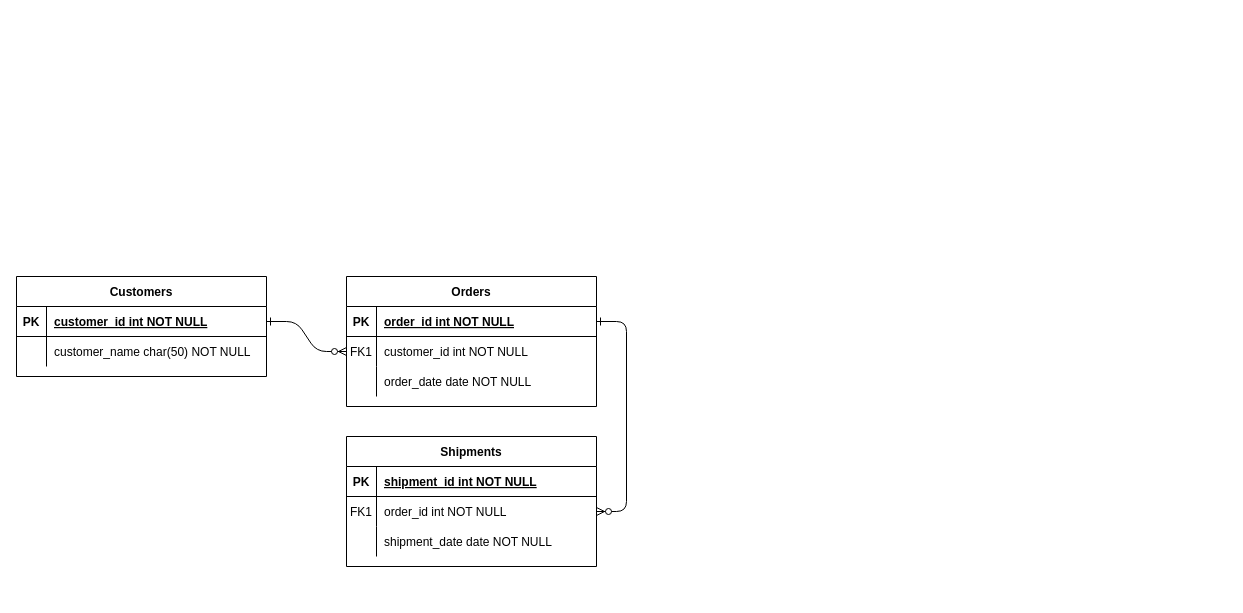
idtnqls/test1 keeps this draw.io diagram as 제목 없는 다이어그램.drawio. Above is the earlier version. Source tidied: cells renumbered, new cells numbered last; positions are measured from the earlier drawing's top-left corner, leaving out a move shared by most shapes. Both pictures are drawn from the tidied source at 100%, with x=0, y=0 at pixel (16, 276).
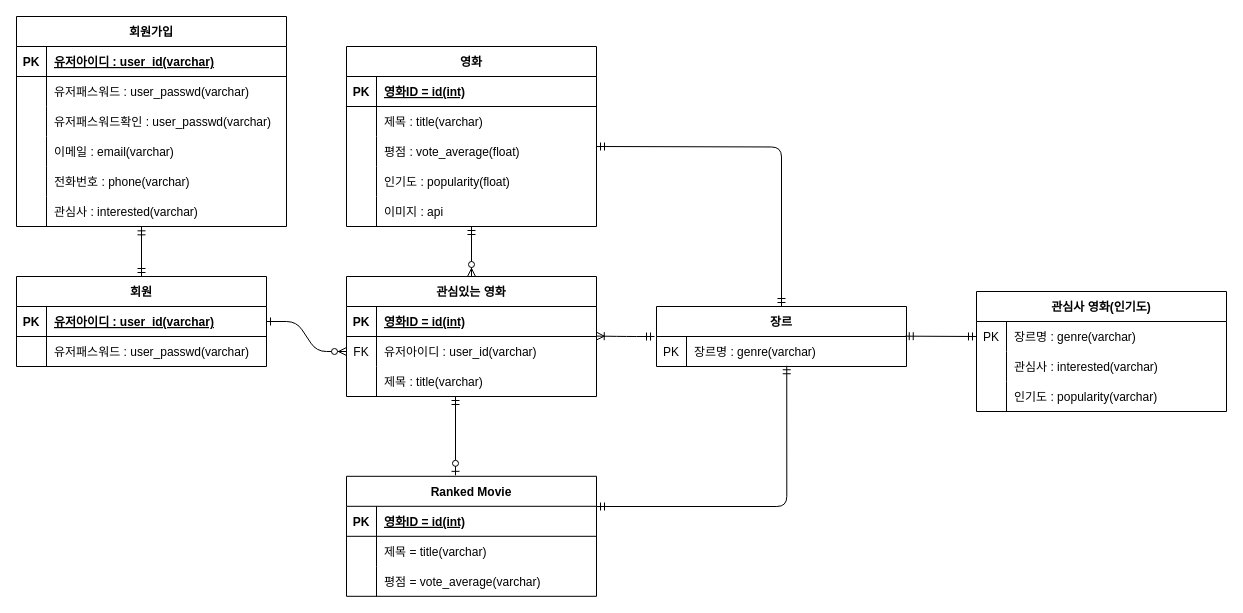
After the change.

Commit message:
제목 없는 다이어그램.drawio 업데이트

The change refers to these unchanged cells:
```xml
<mxCell id="5" style="shape=partialRectangle;fillColor=none;points=[[0,0.5],[1,0.5]];portConstraint=eastwest;top=0;left=0;right=0;bottom=1;" parent="4" vertex="1">
  <mxGeometry y="30" width="250" height="30" as="geometry" />
</mxCell>
<mxCell id="8" style="shape=partialRectangle;fillColor=none;points=[[0,0.5],[1,0.5]];portConstraint=eastwest;top=0;left=0;right=0;bottom=0;" parent="4" vertex="1">
  <mxGeometry y="60" width="250" height="30" as="geometry" />
</mxCell>
<mxCell id="11" style="shape=partialRectangle;fillColor=none;top=0;left=0;right=0;bottom=0;" parent="4" vertex="1">
  <mxGeometry y="90" width="250" height="30" as="geometry" />
</mxCell>
<mxCell id="25" style="shape=partialRectangle;fillColor=none;points=[[0,0.5],[1,0.5]];portConstraint=eastwest;top=0;left=0;right=0;bottom=1;" parent="24" vertex="1">
  <mxGeometry y="30" width="250" height="30" as="geometry" />
</mxCell>
<mxCell id="28" style="shape=partialRectangle;fillColor=none;top=0;left=0;right=0;bottom=0;" parent="24" vertex="1">
  <mxGeometry y="60" width="250" height="30" as="geometry" />
</mxCell>
```

Diff of the diagram source:
```diff
@@
-    <mxCell id="3" style="edgeStyle=entityRelationEdgeStyle;endArrow=ERzeroToMany;startArrow=ERone;endFill=1;startFill=0;" parent="1" edge="1" source="5" target="18">
-      <mxGeometry relative="1" as="geometry" />
-    </mxCell>
-    <mxCell id="4" value="Orders" style="shape=table;startSize=30;childLayout=tableLayout;rowLines=0;fontStyle=1;align=center;" parent="1" vertex="1">
-      <mxGeometry x="330" width="250" height="130" as="geometry" />
+    <mxCell id="4" value="관심있는 영화" style="shape=table;startSize=30;childLayout=tableLayout;rowLines=0;fontStyle=1;align=center;" parent="1" vertex="1">
+      <mxGeometry x="330" width="250" height="120" as="geometry" />
     </mxCell>
@@
-    <mxCell id="7" value="order_id int NOT NULL " style="shape=partialRectangle;overflow=hidden;fillColor=none;top=0;left=0;bottom=0;right=0;align=left;spacingLeft=6;fontStyle=5;" parent="5" vertex="1">
+    <mxCell id="7" value="영화ID = id(int)" style="shape=partialRectangle;overflow=hidden;fillColor=none;top=0;left=0;bottom=0;right=0;align=left;spacingLeft=6;fontStyle=5;" parent="5" vertex="1">
       <mxGeometry x="30" width="220" height="30" as="geometry" />
     </mxCell>
@@
-    <mxCell id="9" value="FK1" style="shape=partialRectangle;overflow=hidden;fillColor=none;top=0;left=0;bottom=0;right=0;" parent="8" vertex="1">
+    <mxCell id="9" value="FK" style="shape=partialRectangle;overflow=hidden;fillColor=none;top=0;left=0;bottom=0;right=0;" parent="8" vertex="1">
       <mxGeometry width="30" height="30" as="geometry" />
     </mxCell>
-    <mxCell id="10" value="customer_id int NOT NULL" style="shape=partialRectangle;overflow=hidden;fillColor=none;top=0;left=0;bottom=0;right=0;align=left;spacingLeft=6;" parent="8" vertex="1">
+    <mxCell id="10" value="유저아이디 : user_id(varchar)" style="shape=partialRectangle;overflow=hidden;fillColor=none;top=0;left=0;bottom=0;right=0;align=left;spacingLeft=6;" parent="8" vertex="1">
       <mxGeometry x="30" width="220" height="30" as="geometry" />
     </mxCell>
@@
-    <mxCell id="13" value="order_date date NOT NULL" style="shape=partialRectangle;overflow=hidden;fillColor=none;top=0;left=0;bottom=0;right=0;align=left;spacingLeft=6;" parent="11" vertex="1">
+    <mxCell id="13" style="shape=partialRectangle;overflow=hidden;fillColor=none;top=0;left=0;bottom=0;right=0;align=left;spacingLeft=6;" parent="11" vertex="1">
       <mxGeometry x="30" width="220" height="30" as="geometry" />
     </mxCell>
-    <mxCell id="14" value="Shipments" style="shape=table;startSize=30;childLayout=tableLayout;rowLines=0;fontStyle=1;align=center;" parent="1" vertex="1">
-      <mxGeometry x="330" y="160" width="250" height="130" as="geometry" />
+    <mxCell id="14" value="장르" style="shape=table;startSize=30;childLayout=tableLayout;rowLines=0;fontStyle=1;align=center;" parent="1" vertex="1">
+      <mxGeometry x="640" y="30" width="250" height="60" as="geometry" />
     </mxCell>
-    <mxCell id="15" style="shape=partialRectangle;fillColor=none;top=0;left=0;right=0;bottom=1;" parent="14" vertex="1">
-      <mxGeometry y="30" width="250" height="30" as="geometry" />
-    </mxCell>
-    <mxCell id="16" value="PK" style="shape=partialRectangle;overflow=hidden;fillColor=none;top=0;left=0;bottom=0;right=0;fontStyle=1;" parent="15" vertex="1">
-      <mxGeometry width="30" height="30" as="geometry" />
-    </mxCell>
-    <mxCell id="17" value="shipment_id int NOT NULL " style="shape=partialRectangle;overflow=hidden;fillColor=none;top=0;left=0;bottom=0;right=0;align=left;spacingLeft=6;fontStyle=5;" parent="15" vertex="1">
-      <mxGeometry x="30" width="220" height="30" as="geometry" />
-    </mxCell>
     <mxCell id="18" style="shape=partialRectangle;fillColor=none;points=[[0,0.5],[1,0.5]];portConstraint=eastwest;top=0;left=0;right=0;bottom=0;" parent="14" vertex="1">
-      <mxGeometry y="60" width="250" height="30" as="geometry" />
+      <mxGeometry y="30" width="250" height="30" as="geometry" />
     </mxCell>
-    <mxCell id="19" value="FK1" style="shape=partialRectangle;overflow=hidden;fillColor=none;top=0;left=0;bottom=0;right=0;" parent="18" vertex="1">
+    <mxCell id="19" value="PK" style="shape=partialRectangle;overflow=hidden;fillColor=none;top=0;left=0;bottom=0;right=0;" parent="18" vertex="1">
       <mxGeometry width="30" height="30" as="geometry" />
     </mxCell>
-    <mxCell id="20" value="order_id int NOT NULL" style="shape=partialRectangle;overflow=hidden;fillColor=none;top=0;left=0;bottom=0;right=0;align=left;spacingLeft=6;" parent="18" vertex="1">
+    <mxCell id="20" value="장르명 : genre(varchar)" style="shape=partialRectangle;overflow=hidden;fillColor=none;top=0;left=0;bottom=0;right=0;align=left;spacingLeft=6;" parent="18" vertex="1">
       <mxGeometry x="30" width="220" height="30" as="geometry" />
     </mxCell>
-    <mxCell id="21" style="shape=partialRectangle;fillColor=none;top=0;left=0;right=0;bottom=0;" parent="14" vertex="1">
-      <mxGeometry y="90" width="250" height="30" as="geometry" />
-    </mxCell>
-    <mxCell id="22" style="shape=partialRectangle;overflow=hidden;fillColor=none;top=0;left=0;bottom=0;right=0;" parent="21" vertex="1">
-      <mxGeometry width="30" height="30" as="geometry" />
-    </mxCell>
-    <mxCell id="23" value="shipment_date date NOT NULL" style="shape=partialRectangle;overflow=hidden;fillColor=none;top=0;left=0;bottom=0;right=0;align=left;spacingLeft=6;" parent="21" vertex="1">
-      <mxGeometry x="30" width="220" height="30" as="geometry" />
-    </mxCell>
-    <mxCell id="24" value="Customers" style="shape=table;startSize=30;childLayout=tableLayout;rowLines=0;fontStyle=1;align=center;" parent="1" vertex="1">
-      <mxGeometry width="250" height="100" as="geometry" />
+    <mxCell id="24" value="회원" style="shape=table;startSize=30;childLayout=tableLayout;rowLines=0;fontStyle=1;align=center;" parent="1" vertex="1">
+      <mxGeometry width="250" height="90" as="geometry" />
     </mxCell>
@@
-    <mxCell id="27" value="customer_id int NOT NULL " style="shape=partialRectangle;overflow=hidden;fillColor=none;top=0;left=0;bottom=0;right=0;align=left;spacingLeft=6;fontStyle=5;" parent="25" vertex="1">
+    <mxCell id="27" value="유저아이디 : user_id(varchar)" style="shape=partialRectangle;overflow=hidden;fillColor=none;top=0;left=0;bottom=0;right=0;align=left;spacingLeft=6;fontStyle=5;" parent="25" vertex="1">
       <mxGeometry x="30" width="220" height="30" as="geometry" />
     </mxCell>
@@
-    <mxCell id="30" value="customer_name char(50) NOT NULL" style="shape=partialRectangle;overflow=hidden;fillColor=none;top=0;left=0;bottom=0;right=0;align=left;spacingLeft=6;" parent="28" vertex="1">
+    <mxCell id="30" value="유저패스워드 : user_passwd(varchar)" style="shape=partialRectangle;overflow=hidden;fillColor=none;top=0;left=0;bottom=0;right=0;align=left;spacingLeft=6;" parent="28" vertex="1">
       <mxGeometry x="30" width="220" height="30" as="geometry" />
     </mxCell>
+    <mxCell id="31" style="edgeStyle=elbowEdgeStyle;fontSize=12;html=1;endArrow=ERoneToMany;startArrow=ERmandOne;rounded=1;entryX=0.999;entryY=-0.014;entryDx=0;entryDy=0;entryPerimeter=0;exitX=-0.008;exitY=0;exitDx=0;exitDy=0;exitPerimeter=0;" parent="1" edge="1" source="18" target="8">
+      <mxGeometry relative="1" as="geometry">
+        <Array as="points">
+          <mxPoint x="610" y="60" />
+          <mxPoint x="610" y="160" />
+        </Array>
+      </mxGeometry>
+    </mxCell>
+    <mxCell id="32" value="영화" style="shape=table;startSize=30;childLayout=tableLayout;rowLines=0;fontStyle=1;align=center;" parent="1" vertex="1">
+      <mxGeometry x="330" y="-230" width="250" height="180" as="geometry" />
+    </mxCell>
+    <mxCell id="33" style="shape=partialRectangle;fillColor=none;top=0;left=0;right=0;bottom=1;" parent="32" vertex="1">
+      <mxGeometry y="30" width="250" height="30" as="geometry" />
+    </mxCell>
+    <mxCell id="34" value="PK" style="shape=partialRectangle;overflow=hidden;fillColor=none;top=0;left=0;bottom=0;right=0;fontStyle=1;" parent="33" vertex="1">
+      <mxGeometry width="30" height="30" as="geometry" />
+    </mxCell>
+    <mxCell id="35" value="영화ID = id(int)" style="shape=partialRectangle;overflow=hidden;fillColor=none;top=0;left=0;bottom=0;right=0;align=left;spacingLeft=6;fontStyle=5;" parent="33" vertex="1">
+      <mxGeometry x="30" width="220" height="30" as="geometry" />
+    </mxCell>
+    <mxCell id="36" style="shape=partialRectangle;fillColor=none;top=0;left=0;right=0;bottom=0;" parent="32" vertex="1">
+      <mxGeometry y="60" width="250" height="30" as="geometry" />
+    </mxCell>
+    <mxCell id="37" style="shape=partialRectangle;overflow=hidden;fillColor=none;top=0;left=0;bottom=0;right=0;" parent="36" vertex="1">
+      <mxGeometry width="30" height="30" as="geometry" />
+    </mxCell>
+    <mxCell id="38" value="제목 : title(varchar)" style="shape=partialRectangle;overflow=hidden;fillColor=none;top=0;left=0;bottom=0;right=0;align=left;spacingLeft=6;" parent="36" vertex="1">
+      <mxGeometry x="30" width="220" height="30" as="geometry" />
+    </mxCell>
+    <mxCell id="39" style="shape=partialRectangle;fillColor=none;top=0;left=0;right=0;bottom=0;" parent="32" vertex="1">
+      <mxGeometry y="90" width="250" height="30" as="geometry" />
+    </mxCell>
+    <mxCell id="40" style="shape=partialRectangle;overflow=hidden;fillColor=none;top=0;left=0;bottom=0;right=0;" parent="39" vertex="1">
+      <mxGeometry width="30" height="30" as="geometry" />
+    </mxCell>
+    <mxCell id="41" value="평점 : vote_average(float)" style="shape=partialRectangle;overflow=hidden;fillColor=none;top=0;left=0;bottom=0;right=0;align=left;spacingLeft=6;" parent="39" vertex="1">
+      <mxGeometry x="30" width="220" height="30" as="geometry" />
+    </mxCell>
+    <mxCell id="42" style="shape=partialRectangle;fillColor=none;top=0;left=0;right=0;bottom=0;" parent="32" vertex="1">
+      <mxGeometry y="120" width="250" height="30" as="geometry" />
+    </mxCell>
+    <mxCell id="43" style="shape=partialRectangle;overflow=hidden;fillColor=none;top=0;left=0;bottom=0;right=0;" parent="42" vertex="1">
+      <mxGeometry width="30" height="30" as="geometry" />
+    </mxCell>
+    <mxCell id="44" value="인기도 : popularity(float)" style="shape=partialRectangle;overflow=hidden;fillColor=none;top=0;left=0;bottom=0;right=0;align=left;spacingLeft=6;" parent="42" vertex="1">
+      <mxGeometry x="30" width="220" height="30" as="geometry" />
+    </mxCell>
+    <mxCell id="45" style="shape=partialRectangle;fillColor=none;points=[[0,0.5],[1,0.5]];portConstraint=eastwest;top=0;left=0;right=0;bottom=0;" parent="32" vertex="1">
+      <mxGeometry y="150" width="250" height="30" as="geometry" />
+    </mxCell>
+    <mxCell id="46" style="shape=partialRectangle;overflow=hidden;fillColor=none;top=0;left=0;bottom=0;right=0;" parent="45" vertex="1">
+      <mxGeometry width="30" height="30" as="geometry" />
+    </mxCell>
+    <mxCell id="47" value="이미지 : api" style="shape=partialRectangle;overflow=hidden;fillColor=none;top=0;left=0;bottom=0;right=0;align=left;spacingLeft=6;" parent="45" vertex="1">
+      <mxGeometry x="30" width="220" height="30" as="geometry" />
+    </mxCell>
+    <mxCell id="48" style="fontSize=12;html=1;endArrow=ERzeroToMany;startArrow=ERmandOne;rounded=1;entryX=0.5;entryY=0;entryDx=0;entryDy=0;" parent="1" edge="1" source="45" target="4">
+      <mxGeometry relative="1" as="geometry" />
+    </mxCell>
+    <mxCell id="49" style="edgeStyle=orthogonalEdgeStyle;fontSize=12;html=1;endArrow=ERmandOne;startArrow=ERmandOne;rounded=1;entryX=0.5;entryY=0;entryDx=0;entryDy=0;" parent="1" edge="1" target="14">
+      <mxGeometry relative="1" as="geometry">
+        <mxPoint x="580" y="-130" as="sourcePoint" />
+      </mxGeometry>
+    </mxCell>
+    <mxCell id="50" value="Ranked Movie" style="shape=table;startSize=30;childLayout=tableLayout;rowLines=0;fontStyle=1;align=center;" parent="1" vertex="1">
+      <mxGeometry x="330" y="199.8" width="250" height="120" as="geometry" />
+    </mxCell>
+    <mxCell id="51" style="shape=partialRectangle;fillColor=none;top=0;left=0;right=0;bottom=1;" parent="50" vertex="1">
+      <mxGeometry y="30" width="250" height="30" as="geometry" />
+    </mxCell>
+    <mxCell id="52" value="PK" style="shape=partialRectangle;overflow=hidden;fillColor=none;top=0;left=0;bottom=0;right=0;fontStyle=1;" parent="51" vertex="1">
+      <mxGeometry width="30" height="30" as="geometry" />
+    </mxCell>
+    <mxCell id="53" value="영화ID = id(int)" style="shape=partialRectangle;overflow=hidden;fillColor=none;top=0;left=0;bottom=0;right=0;align=left;spacingLeft=6;fontStyle=5;" parent="51" vertex="1">
+      <mxGeometry x="30" width="220" height="30" as="geometry" />
+    </mxCell>
+    <mxCell id="54" style="shape=partialRectangle;fillColor=none;top=0;left=0;right=0;bottom=0;" parent="50" vertex="1">
+      <mxGeometry y="60" width="250" height="30" as="geometry" />
+    </mxCell>
+    <mxCell id="55" style="shape=partialRectangle;overflow=hidden;fillColor=none;top=0;left=0;bottom=0;right=0;" parent="54" vertex="1">
+      <mxGeometry width="30" height="30" as="geometry" />
+    </mxCell>
+    <mxCell id="56" value="제목 = title(varchar)" style="shape=partialRectangle;overflow=hidden;fillColor=none;top=0;left=0;bottom=0;right=0;align=left;spacingLeft=6;" parent="54" vertex="1">
+      <mxGeometry x="30" width="220" height="30" as="geometry" />
+    </mxCell>
+    <mxCell id="57" style="shape=partialRectangle;fillColor=none;top=0;left=0;right=0;bottom=0;" parent="50" vertex="1">
+      <mxGeometry y="90" width="250" height="30" as="geometry" />
+    </mxCell>
+    <mxCell id="58" style="shape=partialRectangle;overflow=hidden;fillColor=none;top=0;left=0;bottom=0;right=0;" parent="57" vertex="1">
+      <mxGeometry width="30" height="30" as="geometry" />
+    </mxCell>
+    <mxCell id="59" value="평점 = vote_average(varchar)" style="shape=partialRectangle;overflow=hidden;fillColor=none;top=0;left=0;bottom=0;right=0;align=left;spacingLeft=6;" parent="57" vertex="1">
+      <mxGeometry x="30" width="220" height="30" as="geometry" />
+    </mxCell>
+    <mxCell id="60" style="fontSize=12;html=1;endArrow=ERzeroToOne;startArrow=ERmandOne;rounded=1;entryX=0.436;entryY=-0.008;entryDx=0;entryDy=0;entryPerimeter=0;" parent="1" edge="1" target="50">
+      <mxGeometry relative="1" as="geometry">
+        <mxPoint x="439" y="120" as="sourcePoint" />
+      </mxGeometry>
+    </mxCell>
+    <mxCell id="61" style="edgeStyle=orthogonalEdgeStyle;fontSize=12;html=1;endArrow=ERmandOne;startArrow=ERmandOne;rounded=1;entryX=0.521;entryY=0.975;entryDx=0;entryDy=0;entryPerimeter=0;" parent="1" edge="1" target="18">
+      <mxGeometry relative="1" as="geometry">
+        <mxPoint x="580" y="230" as="sourcePoint" />
+        <Array as="points">
+          <mxPoint x="770" y="230" />
+        </Array>
+      </mxGeometry>
+    </mxCell>
+    <mxCell id="62" value="제목 : title(varchar)" style="shape=partialRectangle;overflow=hidden;fillColor=none;top=0;left=0;bottom=0;right=0;align=left;spacingLeft=6;" parent="1" vertex="1">
+      <mxGeometry x="360" y="90" width="220" height="30" as="geometry" />
+    </mxCell>
+    <mxCell id="63" value="관심사 영화(인기도)" style="shape=table;startSize=30;childLayout=tableLayout;rowLines=0;fontStyle=1;align=center;" parent="1" vertex="1">
+      <mxGeometry x="960" y="15" width="250" height="120" as="geometry" />
+    </mxCell>
+    <mxCell id="64" style="shape=partialRectangle;fillColor=none;points=[[0,0.5],[1,0.5]];portConstraint=eastwest;top=0;left=0;right=0;bottom=0;" parent="63" vertex="1">
+      <mxGeometry y="30" width="250" height="30" as="geometry" />
+    </mxCell>
+    <mxCell id="65" value="PK" style="shape=partialRectangle;overflow=hidden;fillColor=none;top=0;left=0;bottom=0;right=0;" parent="64" vertex="1">
+      <mxGeometry width="30" height="30" as="geometry" />
+    </mxCell>
+    <mxCell id="66" value="장르명 : genre(varchar)" style="shape=partialRectangle;overflow=hidden;fillColor=none;top=0;left=0;bottom=0;right=0;align=left;spacingLeft=6;" parent="64" vertex="1">
+      <mxGeometry x="30" width="220" height="30" as="geometry" />
+    </mxCell>
+    <mxCell id="67" style="shape=partialRectangle;fillColor=none;top=0;left=0;right=0;bottom=0;" parent="63" vertex="1">
+      <mxGeometry y="60" width="250" height="30" as="geometry" />
+    </mxCell>
+    <mxCell id="68" style="shape=partialRectangle;overflow=hidden;fillColor=none;top=0;left=0;bottom=0;right=0;" parent="67" vertex="1">
+      <mxGeometry width="30" height="30" as="geometry" />
+    </mxCell>
+    <mxCell id="69" value="관심사 : interested(varchar)" style="shape=partialRectangle;overflow=hidden;fillColor=none;top=0;left=0;bottom=0;right=0;align=left;spacingLeft=6;" parent="67" vertex="1">
+      <mxGeometry x="30" width="220" height="30" as="geometry" />
+    </mxCell>
+    <mxCell id="70" style="shape=partialRectangle;fillColor=none;top=0;left=0;right=0;bottom=0;" parent="63" vertex="1">
+      <mxGeometry y="90" width="250" height="30" as="geometry" />
+    </mxCell>
+    <mxCell id="71" style="shape=partialRectangle;overflow=hidden;fillColor=none;top=0;left=0;bottom=0;right=0;" parent="70" vertex="1">
+      <mxGeometry width="30" height="30" as="geometry" />
+    </mxCell>
+    <mxCell id="72" value="인기도 : popularity(varchar)" style="shape=partialRectangle;overflow=hidden;fillColor=none;top=0;left=0;bottom=0;right=0;align=left;spacingLeft=6;" parent="70" vertex="1">
+      <mxGeometry x="30" width="220" height="30" as="geometry" />
+    </mxCell>
+    <mxCell id="73" style="fontSize=12;html=1;endArrow=ERmandOne;startArrow=ERmandOne;rounded=1;entryX=0;entryY=0.5;entryDx=0;entryDy=0;exitX=0.995;exitY=-0.011;exitDx=0;exitDy=0;exitPerimeter=0;" parent="1" edge="1" source="18" target="64">
+      <mxGeometry relative="1" as="geometry" />
+    </mxCell>
+    <mxCell id="74" value="회원가입" style="shape=table;startSize=30;childLayout=tableLayout;rowLines=0;fontStyle=1;align=center;" parent="1" vertex="1">
+      <mxGeometry y="-260" width="270" height="210" as="geometry" />
+    </mxCell>
+    <mxCell id="75" style="shape=partialRectangle;fillColor=none;top=0;left=0;right=0;bottom=1;" parent="74" vertex="1">
+      <mxGeometry y="30" width="270" height="30" as="geometry" />
+    </mxCell>
+    <mxCell id="76" value="PK" style="shape=partialRectangle;overflow=hidden;fillColor=none;top=0;left=0;bottom=0;right=0;fontStyle=1;" parent="75" vertex="1">
+      <mxGeometry width="30" height="30" as="geometry" />
+    </mxCell>
+    <mxCell id="77" value="유저아이디 : user_id(varchar)" style="shape=partialRectangle;overflow=hidden;fillColor=none;top=0;left=0;bottom=0;right=0;align=left;spacingLeft=6;fontStyle=5;" parent="75" vertex="1">
+      <mxGeometry x="30" width="240" height="30" as="geometry" />
+    </mxCell>
+    <mxCell id="78" style="shape=partialRectangle;fillColor=none;top=0;left=0;right=0;bottom=0;" parent="74" vertex="1">
+      <mxGeometry y="60" width="270" height="30" as="geometry" />
+    </mxCell>
+    <mxCell id="79" style="shape=partialRectangle;overflow=hidden;fillColor=none;top=0;left=0;bottom=0;right=0;" parent="78" vertex="1">
+      <mxGeometry width="30" height="30" as="geometry" />
+    </mxCell>
+    <mxCell id="80" value="유저패스워드 : user_passwd(varchar)" style="shape=partialRectangle;overflow=hidden;fillColor=none;top=0;left=0;bottom=0;right=0;align=left;spacingLeft=6;" parent="78" vertex="1">
+      <mxGeometry x="30" width="240" height="30" as="geometry" />
+    </mxCell>
+    <mxCell id="81" style="shape=partialRectangle;fillColor=none;top=0;left=0;right=0;bottom=0;" parent="74" vertex="1">
+      <mxGeometry y="90" width="270" height="30" as="geometry" />
+    </mxCell>
+    <mxCell id="82" style="shape=partialRectangle;overflow=hidden;fillColor=none;top=0;left=0;bottom=0;right=0;" parent="81" vertex="1">
+      <mxGeometry width="30" height="30" as="geometry" />
+    </mxCell>
+    <mxCell id="83" value="유저패스워드확인 : user_passwd(varchar)" style="shape=partialRectangle;overflow=hidden;fillColor=none;top=0;left=0;bottom=0;right=0;align=left;spacingLeft=6;" parent="81" vertex="1">
+      <mxGeometry x="30" width="240" height="30" as="geometry" />
+    </mxCell>
+    <mxCell id="84" style="shape=partialRectangle;fillColor=none;top=0;left=0;right=0;bottom=0;" parent="74" vertex="1">
+      <mxGeometry y="120" width="270" height="30" as="geometry" />
+    </mxCell>
+    <mxCell id="85" style="shape=partialRectangle;overflow=hidden;fillColor=none;top=0;left=0;bottom=0;right=0;" parent="84" vertex="1">
+      <mxGeometry width="30" height="30" as="geometry" />
+    </mxCell>
+    <mxCell id="86" value="이메일 : email(varchar)" style="shape=partialRectangle;overflow=hidden;fillColor=none;top=0;left=0;bottom=0;right=0;align=left;spacingLeft=6;" parent="84" vertex="1">
+      <mxGeometry x="30" width="240" height="30" as="geometry" />
+    </mxCell>
+    <mxCell id="87" style="shape=partialRectangle;fillColor=none;top=0;left=0;right=0;bottom=0;" parent="74" vertex="1">
+      <mxGeometry y="150" width="270" height="30" as="geometry" />
+    </mxCell>
+    <mxCell id="88" style="shape=partialRectangle;overflow=hidden;fillColor=none;top=0;left=0;bottom=0;right=0;" parent="87" vertex="1">
+      <mxGeometry width="30" height="30" as="geometry" />
+    </mxCell>
+    <mxCell id="89" value="전화번호 : phone(varchar)" style="shape=partialRectangle;overflow=hidden;fillColor=none;top=0;left=0;bottom=0;right=0;align=left;spacingLeft=6;" parent="87" vertex="1">
+      <mxGeometry x="30" width="240" height="30" as="geometry" />
+    </mxCell>
+    <mxCell id="90" style="shape=partialRectangle;fillColor=none;points=[[0,0.5],[1,0.5]];portConstraint=eastwest;top=0;left=0;right=0;bottom=0;" parent="74" vertex="1">
+      <mxGeometry y="180" width="270" height="30" as="geometry" />
+    </mxCell>
+    <mxCell id="91" style="shape=partialRectangle;overflow=hidden;fillColor=none;top=0;left=0;bottom=0;right=0;" parent="90" vertex="1">
+      <mxGeometry width="30" height="30" as="geometry" />
+    </mxCell>
+    <mxCell id="92" value="관심사 : interested(varchar)" style="shape=partialRectangle;overflow=hidden;fillColor=none;top=0;left=0;bottom=0;right=0;align=left;spacingLeft=6;" parent="90" vertex="1">
+      <mxGeometry x="30" width="240" height="30" as="geometry" />
+    </mxCell>
+    <mxCell id="93" style="fontSize=12;html=1;endArrow=ERmandOne;startArrow=ERmandOne;rounded=1;exitX=0.5;exitY=0;exitDx=0;exitDy=0;entryX=0.463;entryY=1.011;entryDx=0;entryDy=0;entryPerimeter=0;" parent="1" edge="1" source="24" target="90">
+      <mxGeometry relative="1" as="geometry" />
+    </mxCell>
```
